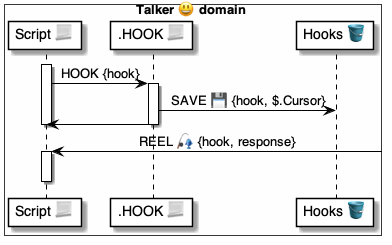
This is 4 ⚙️ Solution/35 💬 Chats/Scripts 📃/📃 control ▶️/HOOK 🪝/🪝 HOOK ⚙️ uml.png from pollyweb-org/pollyweb-docs, a PlantUML export, as it was before one commit. Its source is kept beside it as 4 ⚙️ Solution/35 💬 Chats/Scripts 📃/📃 control ▶️/HOOK 🪝/🪝 HOOK ⚙️ uml.puml. Its diagram source:
```plantuml
@startuml Hook

box Talker 😃 domain #FFFFFA
    participant "Script 📃" as script
    participant ".HOOK 📃" as hook
    participant "Hooks 🪣" as hooks
end box



activate script
    script -> hook: HOOK {hook}
    activate hook
        hook -> hooks: SAVE 💾 {hook, $.Cursor}
        hook -> script:
    deactivate hook
deactivate script


script <- : REEL 🎣 {hook, response}
activate script
deactivate script

@enduml
```
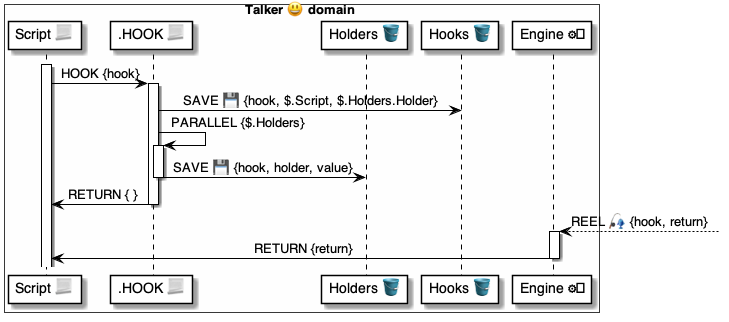
After the commit.

The edit, as a diff of the source:
```diff
@@ -3,22 +3,30 @@
 box Talker 😃 domain #FFFFFA
     participant "Script 📃" as script
     participant ".HOOK 📃" as hook
+    participant "Holders 🪣" as holders
     participant "Hooks 🪣" as hooks
+    participant "Engine ⚙️" as engine
 end box
 
 
 
 activate script
     script -> hook: HOOK {hook}
+
     activate hook
-        hook -> hooks: SAVE 💾 {hook, $.Cursor}
-        hook -> script:
+        hook -> hooks: SAVE 💾 {hook, $.Script, $.Holders.Holder}
+
+        hook -> hook: PARALLEL {$.Holders}
+        activate hook
+            hook -> holders: SAVE 💾 {hook, holder, value}
+        deactivate hook
+
+        hook -> script: RETURN { }
     deactivate hook
-deactivate script
 
-
-script <- : REEL 🎣 {hook, response}
-activate script
-deactivate script
+    engine <--  : REEL 🎣 {hook, return}
+    activate engine
+        script <- engine : RETURN {return}
+    deactivate engine
 
 @enduml
```
